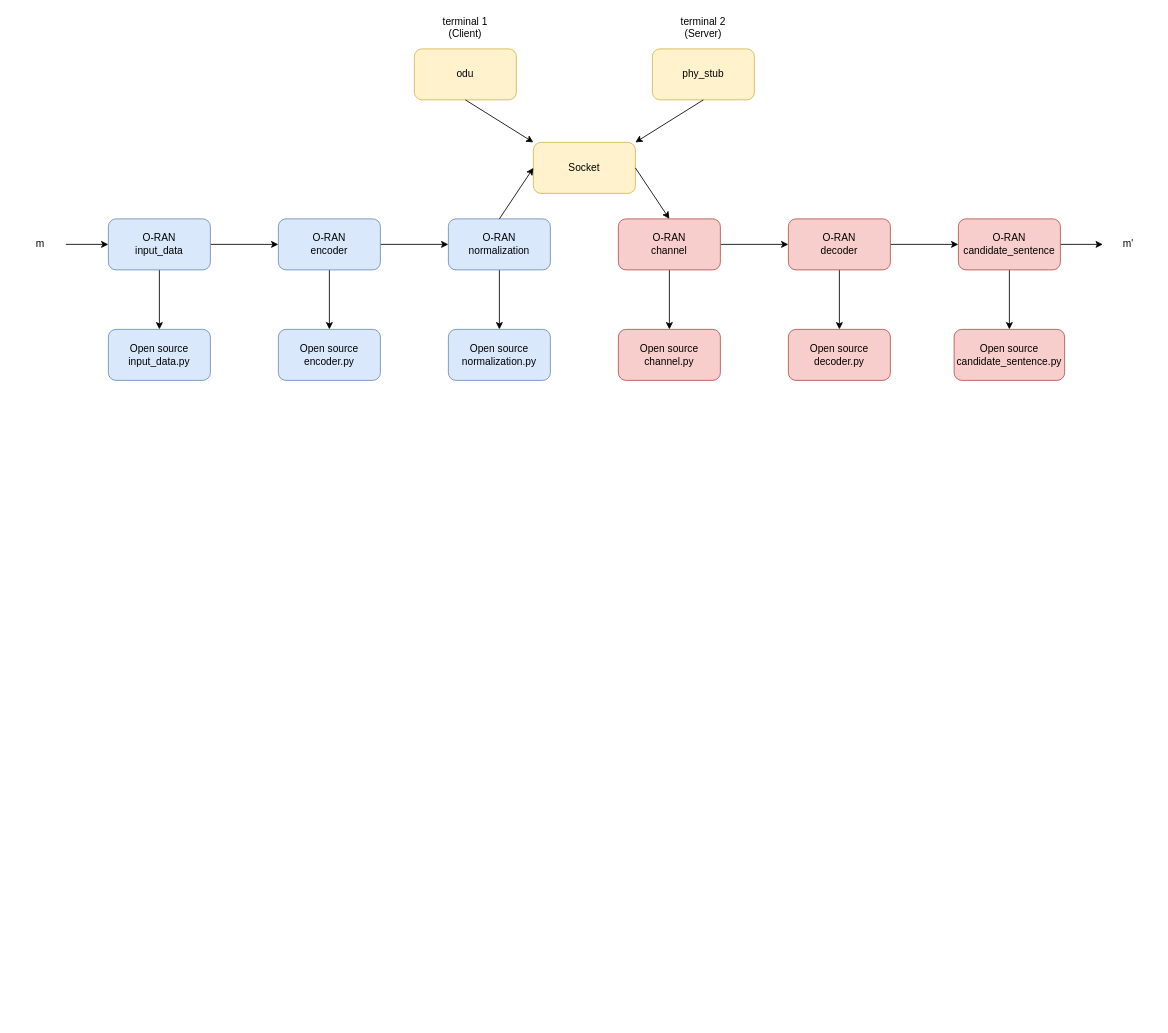
This is page "Page-4" (4 of 4) of Copy of test.drawio from eric693/Practice, a draw.io file, before an edit. Source tidied: cells renumbered, new cells numbered last; positions are measured from the earlier drawing's top-left corner, leaving out a move shared by most shapes. Both pictures are drawn from the tidied source at 85%, with x=0, y=0 at pixel (14, 14).
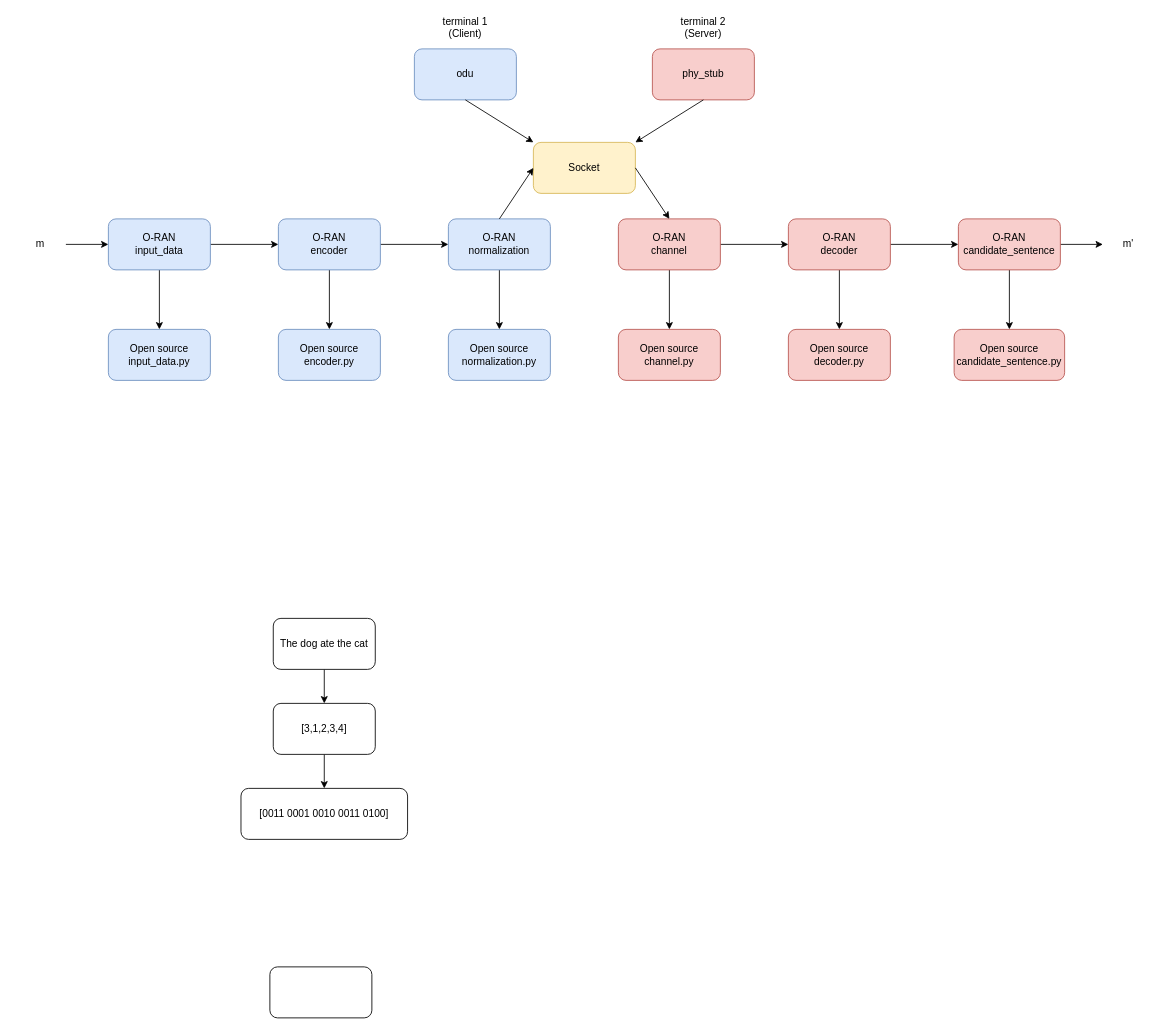
Above is the later version.

What changed in the source:
```diff
@@
-    <mxCell id="30" value="odu" style="rounded=1;whiteSpace=wrap;html=1;fillColor=#fff2cc;strokeColor=#d6b656;" parent="1" vertex="1">
+    <mxCell id="30" value="odu" style="rounded=1;whiteSpace=wrap;html=1;fillColor=#dae8fc;strokeColor=#6c8ebf;" parent="1" vertex="1">
       <mxGeometry x="470" y="40" width="120" height="60" as="geometry" />
     </mxCell>
-    <mxCell id="31" value="phy_stub" style="rounded=1;whiteSpace=wrap;html=1;fillColor=#fff2cc;strokeColor=#d6b656;" parent="1" vertex="1">
+    <mxCell id="31" value="phy_stub" style="rounded=1;whiteSpace=wrap;html=1;fillColor=#f8cecc;strokeColor=#b85450;" parent="1" vertex="1">
       <mxGeometry x="750" y="40" width="120" height="60" as="geometry" />
     </mxCell>
@@
+    <mxCell id="37" style="edgeStyle=orthogonalEdgeStyle;rounded=0;jettySize=auto;html=1;" parent="1" edge="1" source="38" target="40">
+      <mxGeometry relative="1" as="geometry" />
+    </mxCell>
+    <mxCell id="38" value="The dog ate the cat" style="rounded=1;whiteSpace=wrap;html=1;" parent="1" vertex="1">
+      <mxGeometry x="304" y="710" width="120" height="60" as="geometry" />
+    </mxCell>
+    <mxCell id="39" style="edgeStyle=orthogonalEdgeStyle;rounded=0;jettySize=auto;html=1;" parent="1" edge="1" source="40" target="41">
+      <mxGeometry relative="1" as="geometry" />
+    </mxCell>
+    <mxCell id="40" value="[3,1,2,3,4]" style="rounded=1;whiteSpace=wrap;html=1;" parent="1" vertex="1">
+      <mxGeometry x="304" y="810" width="120" height="60" as="geometry" />
+    </mxCell>
+    <mxCell id="41" value="[0011 0001 0010 0011 0100]" style="rounded=1;whiteSpace=wrap;html=1;" parent="1" vertex="1">
+      <mxGeometry x="266" y="910" width="196" height="60" as="geometry" />
+    </mxCell>
+    <mxCell id="42" style="rounded=1;whiteSpace=wrap;html=1;" parent="1" vertex="1">
+      <mxGeometry x="300" y="1120" width="120" height="60" as="geometry" />
+    </mxCell>
```
